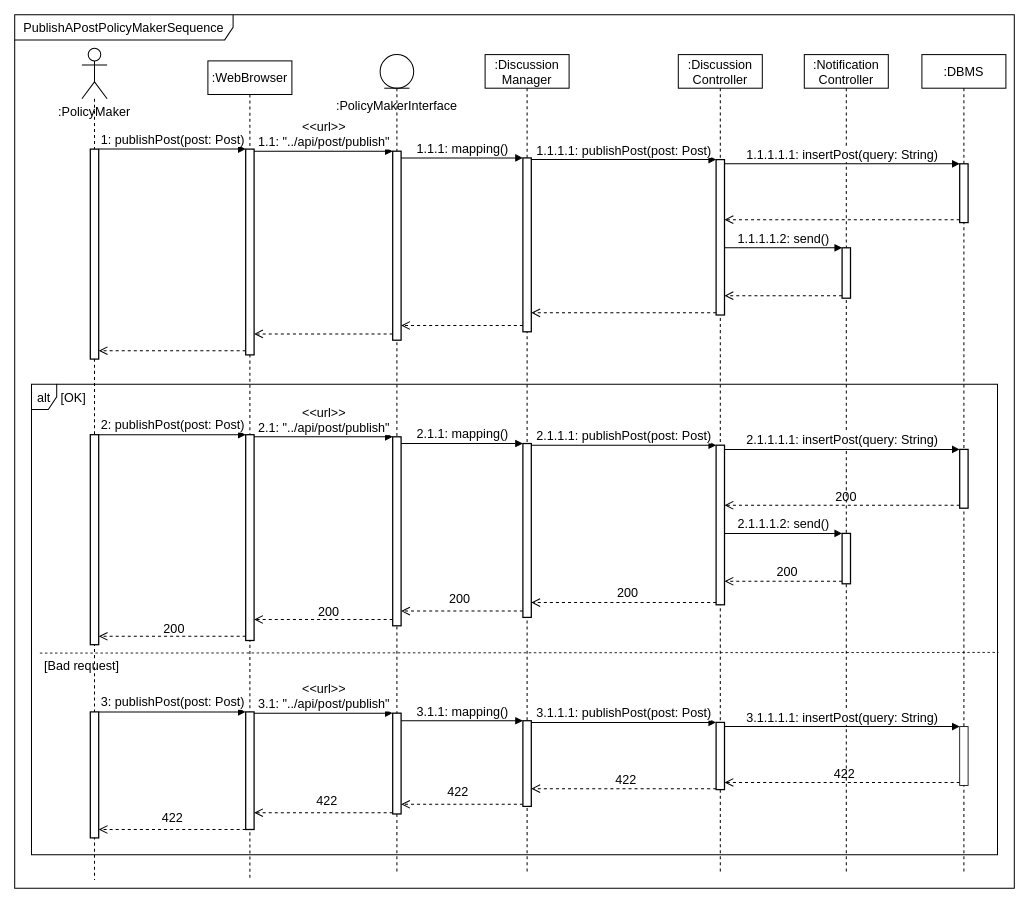
Above: page "PublishAPostPolicyMaker" (5 of 18) of DD Diagrams/RunTimeViewDiagram.drawio in matteovisotto/SE2-CecchettoSirianiVisotto (draw.io), before the change. Source tidied: cells renumbered, new cells numbered last; positions are measured from the earlier drawing's top-left corner, leaving out a move shared by most shapes. Both pictures are drawn from the tidied source at 84%, with x=0, y=0 at pixel (14, 14).
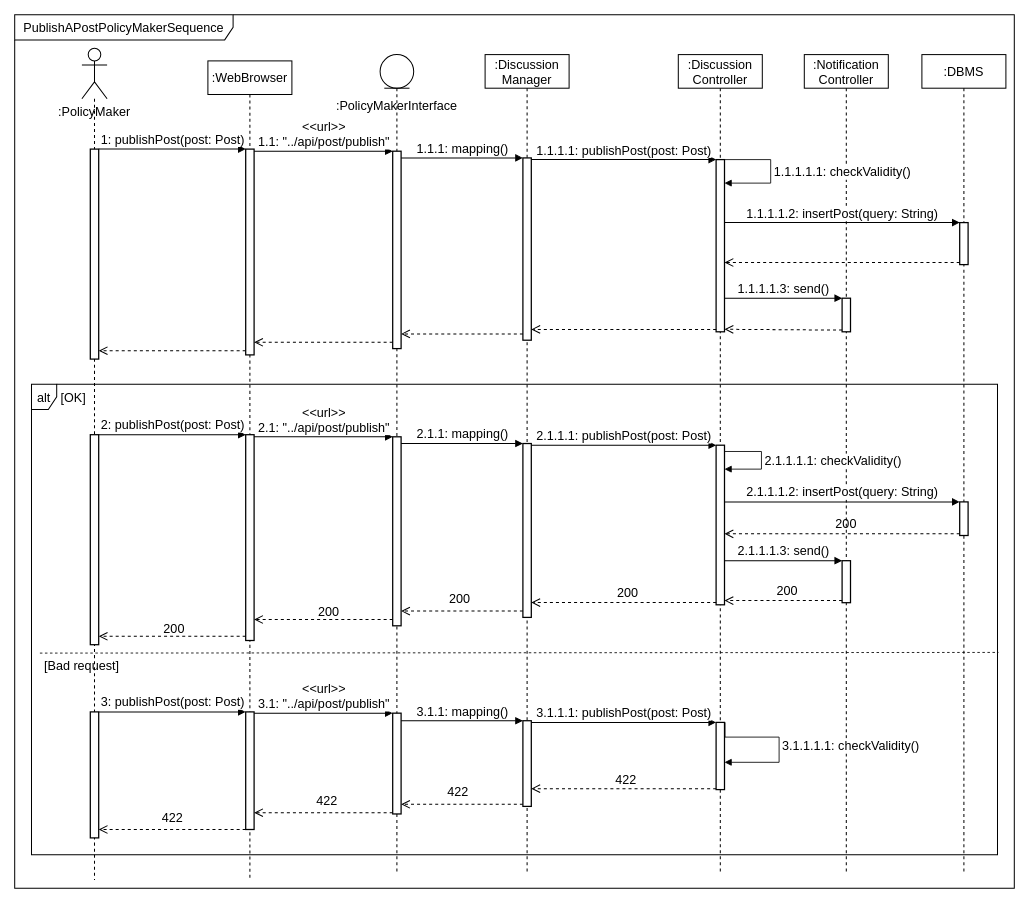
Above is the later version.

Unchanged cells that the change refers to:
```xml
<mxCell id="3" value=":DBMS" style="shape=umlLifeline;perimeter=lifelinePerimeter;whiteSpace=wrap;html=1;strokeWidth=1.2;fontSize=15;" parent="1" vertex="1">
  <mxGeometry x="1080" y="47.5" width="100" height="975" as="geometry" />
</mxCell>
<mxCell id="5" value=":Notification&lt;br style=&quot;font-size: 15px;&quot;&gt;Controller" style="shape=umlLifeline;perimeter=lifelinePerimeter;whiteSpace=wrap;html=1;strokeWidth=1.2;fontSize=15;" parent="1" vertex="1">
  <mxGeometry x="940" y="47.5" width="100" height="975" as="geometry" />
</mxCell>
<mxCell id="7" value=":Discussion&lt;br style=&quot;font-size: 15px;&quot;&gt;Controller" style="shape=umlLifeline;perimeter=lifelinePerimeter;whiteSpace=wrap;html=1;strokeWidth=1.2;fontSize=15;" parent="1" vertex="1">
  <mxGeometry x="790" y="47.5" width="100" height="975" as="geometry" />
</mxCell>
<mxCell id="9" value=":Discussion&lt;br style=&quot;font-size: 15px;&quot;&gt;Manager" style="shape=umlLifeline;perimeter=lifelinePerimeter;whiteSpace=wrap;html=1;strokeWidth=1.2;fontSize=15;" parent="1" vertex="1">
  <mxGeometry x="560" y="47.5" width="100" height="975" as="geometry" />
</mxCell>
<mxCell id="11" style="shape=umlLifeline;participant=umlEntity;perimeter=lifelinePerimeter;whiteSpace=wrap;html=1;verticalAlign=top;spacingTop=36;strokeWidth=1.2;fontSize=15;" parent="1" vertex="1">
  <mxGeometry x="435" y="47.5" width="40" height="975" as="geometry" />
</mxCell>
<mxCell id="14" style="html=1;points=[];perimeter=orthogonalPerimeter;fontSize=15;strokeWidth=1.5;" parent="13" vertex="1">
  <mxGeometry x="45" y="105" width="10" height="245" as="geometry" />
</mxCell>
<mxCell id="16" style="shape=umlLifeline;participant=umlActor;perimeter=lifelinePerimeter;whiteSpace=wrap;html=1;verticalAlign=top;spacingTop=36;fontFamily=Helvetica;fontSize=15;fontColor=rgb(0, 0, 0);align=center;strokeColor=rgb(0, 0, 0);fillColor=rgb(255, 255, 255);size=60;strokeWidth=1.2;" parent="1" vertex="1">
  <mxGeometry x="80" y="40" width="30" height="990" as="geometry" />
</mxCell>
<mxCell id="25" style="html=1;points=[];perimeter=orthogonalPerimeter;fontSize=15;strokeWidth=1.5;" parent="16" vertex="1">
  <mxGeometry x="755" y="472.5" width="10" height="190" as="geometry" />
</mxCell>
<mxCell id="74" style="html=1;points=[];perimeter=orthogonalPerimeter;fontSize=15;strokeWidth=1.5;" parent="1" vertex="1">
  <mxGeometry x="835" y="842.5" width="10" height="80" as="geometry" />
</mxCell>
```

What changed in the source:
```diff
@@
     <mxCell id="4" style="html=1;points=[];perimeter=orthogonalPerimeter;fontSize=15;strokeWidth=1.5;" parent="3" vertex="1">
-      <mxGeometry x="45" y="130" width="10" height="70" as="geometry" />
+      <mxGeometry x="45" y="200" width="10" height="50" as="geometry" />
     </mxCell>
@@
     <mxCell id="6" style="html=1;points=[];perimeter=orthogonalPerimeter;fontSize=15;strokeWidth=1.5;" parent="5" vertex="1">
-      <mxGeometry x="45" y="230" width="10" height="60" as="geometry" />
+      <mxGeometry x="45" y="290" width="10" height="40" as="geometry" />
     </mxCell>
@@
     <mxCell id="8" style="html=1;points=[];perimeter=orthogonalPerimeter;fontSize=15;strokeWidth=1.5;" parent="7" vertex="1">
-      <mxGeometry x="45" y="125" width="10" height="185" as="geometry" />
+      <mxGeometry x="45" y="125" width="10" height="205" as="geometry" />
     </mxCell>
+    <mxCell id="81" value="&lt;span style=&quot;font-size: 15px ; text-align: center&quot;&gt;1.1.1.1.1: checkValidity()&lt;/span&gt;" style="edgeStyle=orthogonalEdgeStyle;html=1;align=left;spacingLeft=2;endArrow=block;rounded=0;" parent="7" edge="1" source="8" target="8">
+      <mxGeometry relative="1" as="geometry">
+        <Array as="points">
+          <mxPoint x="110" y="125" />
+          <mxPoint x="110" y="153" />
+        </Array>
+      </mxGeometry>
+    </mxCell>
@@
     <mxCell id="10" style="html=1;points=[];perimeter=orthogonalPerimeter;fontSize=15;strokeWidth=1.5;" parent="9" vertex="1">
-      <mxGeometry x="45" y="123" width="10" height="207" as="geometry" />
+      <mxGeometry x="45" y="123" width="10" height="217" as="geometry" />
     </mxCell>
@@
     <mxCell id="12" style="html=1;points=[];perimeter=orthogonalPerimeter;fontSize=15;strokeWidth=1.5;" parent="11" vertex="1">
-      <mxGeometry x="15" y="115" width="10" height="225" as="geometry" />
+      <mxGeometry x="15" y="115" width="10" height="235" as="geometry" />
     </mxCell>
@@
-    <mxCell id="18" value="422" style="text;html=1;strokeColor=none;fillColor=none;align=center;verticalAlign=middle;whiteSpace=wrap;rounded=0;fontSize=15;" parent="16" vertex="1">
-      <mxGeometry x="877.5" y="847.5" width="60" height="30" as="geometry" />
-    </mxCell>
@@
     <mxCell id="24" style="html=1;points=[];perimeter=orthogonalPerimeter;fontSize=15;strokeWidth=1.5;" parent="16" vertex="1">
-      <mxGeometry x="1045" y="477.5" width="10" height="70" as="geometry" />
+      <mxGeometry x="1045" y="540" width="10" height="40" as="geometry" />
     </mxCell>
@@
-    <mxCell id="39" value="2.1.1.1.1: insertPost(query: String)" style="html=1;verticalAlign=bottom;endArrow=block;entryX=0;entryY=0;rounded=0;fontSize=15;strokeWidth=1.2;" parent="16" edge="1" source="25" target="24">
+    <mxCell id="39" value="2.1.1.1.2: insertPost(query: String)" style="html=1;verticalAlign=bottom;endArrow=block;entryX=0;entryY=0;rounded=0;fontSize=15;strokeWidth=1.2;" parent="16" edge="1" source="25" target="24">
       <mxGeometry relative="1" as="geometry" />
     </mxCell>
     <mxCell id="40" style="html=1;points=[];perimeter=orthogonalPerimeter;fontSize=15;strokeWidth=1.5;" parent="16" vertex="1">
-      <mxGeometry x="905" y="577.5" width="10" height="60" as="geometry" />
+      <mxGeometry x="905" y="610" width="10" height="50" as="geometry" />
     </mxCell>
-    <mxCell id="41" value="2.1.1.1.2: send()" style="html=1;verticalAlign=bottom;endArrow=block;entryX=0;entryY=0;rounded=0;fontSize=15;strokeWidth=1.2;" parent="16" edge="1" source="25" target="40">
+    <mxCell id="41" value="2.1.1.1.3: send()" style="html=1;verticalAlign=bottom;endArrow=block;entryX=0;entryY=0;rounded=0;fontSize=15;strokeWidth=1.2;" parent="16" edge="1" source="25" target="40">
       <mxGeometry relative="1" as="geometry" />
     </mxCell>
@@
     <mxCell id="43" value="200" style="text;html=1;strokeColor=none;fillColor=none;align=center;verticalAlign=middle;whiteSpace=wrap;rounded=0;fontSize=15;" parent="16" vertex="1">
-      <mxGeometry x="880" y="517.5" width="60" height="30" as="geometry" />
+      <mxGeometry x="880" y="550" width="60" height="30" as="geometry" />
     </mxCell>
     <mxCell id="44" value="200" style="text;html=1;strokeColor=none;fillColor=none;align=center;verticalAlign=middle;whiteSpace=wrap;rounded=0;fontSize=15;" parent="16" vertex="1">
-      <mxGeometry x="810" y="607.5" width="60" height="30" as="geometry" />
+      <mxGeometry x="810" y="630" width="60" height="30" as="geometry" />
     </mxCell>
@@
+    <mxCell id="82" value="&lt;span style=&quot;font-size: 15px ; text-align: center&quot;&gt;2.1.1.1.1: checkValidity()&lt;/span&gt;" style="edgeStyle=orthogonalEdgeStyle;html=1;align=left;spacingLeft=2;endArrow=block;rounded=0;" parent="16" edge="1" source="25" target="25">
+      <mxGeometry relative="1" as="geometry">
+        <Array as="points">
+          <mxPoint x="809" y="480" />
+          <mxPoint x="809" y="501" />
+        </Array>
+      </mxGeometry>
+    </mxCell>
@@
     <mxCell id="56" style="html=1;verticalAlign=bottom;endArrow=open;dashed=1;endSize=8;rounded=0;fontSize=15;strokeWidth=1.2;" parent="1" edge="1" source="10" target="12">
       <mxGeometry relative="1" as="geometry">
         <Array as="points">
-          <mxPoint x="560" y="370" />
+          <mxPoint x="550" y="380" />
         </Array>
       </mxGeometry>
     </mxCell>
     <mxCell id="57" style="html=1;verticalAlign=bottom;endArrow=open;dashed=1;endSize=8;rounded=0;fontSize=15;strokeWidth=1.2;" parent="1" edge="1" source="12" target="14">
       <mxGeometry relative="1" as="geometry">
         <Array as="points">
-          <mxPoint x="340" y="380" />
+          <mxPoint x="340" y="390" />
         </Array>
       </mxGeometry>
     </mxCell>
@@
-    <mxCell id="60" value="1.1.1.1.1: insertPost(query: String)" style="html=1;verticalAlign=bottom;endArrow=block;entryX=0;entryY=0;rounded=0;fontSize=15;strokeWidth=1.2;" parent="1" edge="1" source="8" target="4">
+    <mxCell id="60" value="1.1.1.1.2: insertPost(query: String)" style="html=1;verticalAlign=bottom;endArrow=block;entryX=0;entryY=0;rounded=0;fontSize=15;strokeWidth=1.2;" parent="1" edge="1" source="8" target="4">
       <mxGeometry relative="1" as="geometry" />
     </mxCell>
@@
-    <mxCell id="64" value="1.1.1.1.2: send()" style="html=1;verticalAlign=bottom;endArrow=block;entryX=0;entryY=0;rounded=0;fontSize=15;strokeWidth=1.2;" parent="1" edge="1" source="8" target="6">
+    <mxCell id="64" value="1.1.1.1.3: send()" style="html=1;verticalAlign=bottom;endArrow=block;entryX=0;entryY=0;rounded=0;fontSize=15;strokeWidth=1.2;" parent="1" edge="1" source="8" target="6">
       <mxGeometry relative="1" as="geometry" />
     </mxCell>
-    <mxCell id="65" style="html=1;verticalAlign=bottom;endArrow=open;dashed=1;endSize=8;exitX=0;exitY=0.95;rounded=0;fontSize=15;strokeWidth=1.2;" parent="1" edge="1" source="6" target="8">
-      <mxGeometry relative="1" as="geometry" />
+    <mxCell id="65" style="html=1;verticalAlign=bottom;endArrow=open;dashed=1;endSize=8;exitX=0;exitY=0.95;rounded=0;fontSize=15;strokeWidth=1.2;" parent="1" edge="1" source="6">
+      <mxGeometry relative="1" as="geometry">
+        <mxPoint x="845" y="374.5" as="targetPoint" />
+      </mxGeometry>
     </mxCell>
@@
-    <mxCell id="75" style="html=1;verticalAlign=bottom;endArrow=open;dashed=1;endSize=8;exitX=0;exitY=0.95;rounded=0;fontSize=15;strokeWidth=1.2;" parent="1" edge="1" source="80" target="74">
-      <mxGeometry relative="1" as="geometry" />
-    </mxCell>
-    <mxCell id="76" value="3.1.1.1.1: insertPost(query: String)" style="html=1;verticalAlign=bottom;endArrow=block;entryX=0;entryY=0;rounded=0;fontSize=15;strokeWidth=1.2;" parent="1" edge="1" source="74" target="80">
-      <mxGeometry relative="1" as="geometry" />
-    </mxCell>
@@
-    <mxCell id="80" style="html=1;points=[];perimeter=orthogonalPerimeter;fontSize=15;" parent="1" vertex="1">
-      <mxGeometry x="1125" y="847.5" width="10" height="70" as="geometry" />
-    </mxCell>
+    <mxCell id="83" value="&lt;span style=&quot;font-size: 15px ; text-align: center&quot;&gt;3.1.1.1.1: checkValidity()&lt;/span&gt;" style="edgeStyle=orthogonalEdgeStyle;html=1;align=left;spacingLeft=2;endArrow=block;rounded=0;" parent="1" edge="1" target="74">
+      <mxGeometry x="0.04" relative="1" as="geometry">
+        <mxPoint x="845.6" y="842.5" as="sourcePoint" />
+        <Array as="points">
+          <mxPoint x="846" y="860" />
+          <mxPoint x="910" y="860" />
+          <mxPoint x="910" y="890" />
+        </Array>
+      </mxGeometry>
+    </mxCell>
```
